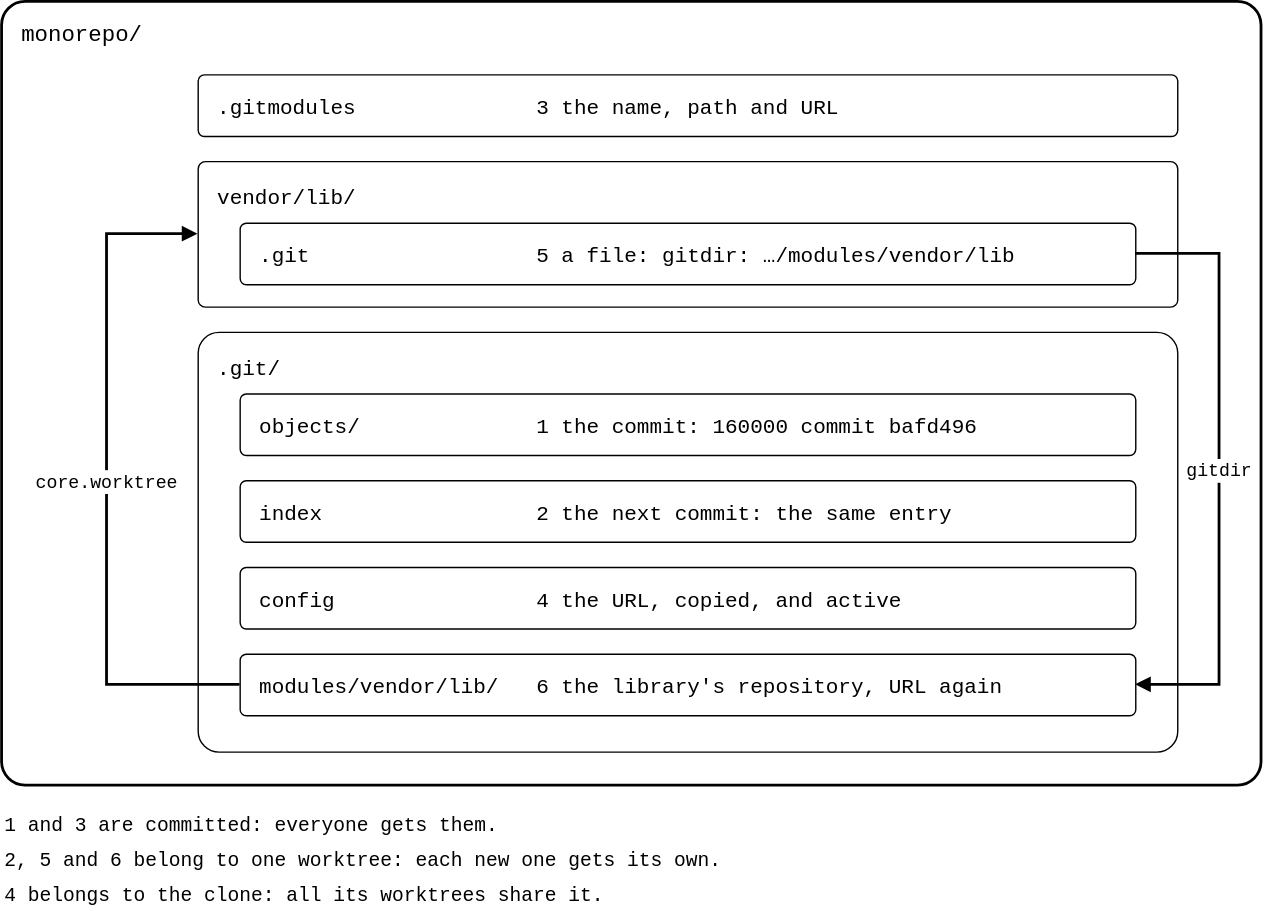
roschaefer/roschaefer.de keeps this draw.io diagram as static/blog/episodes/git-submodule-state.drawio.svg. Above is the earlier version. Source tidied: cells renumbered, new cells last; positions are measured from the earlier drawing's top-left corner, leaving out a move shared by most shapes.
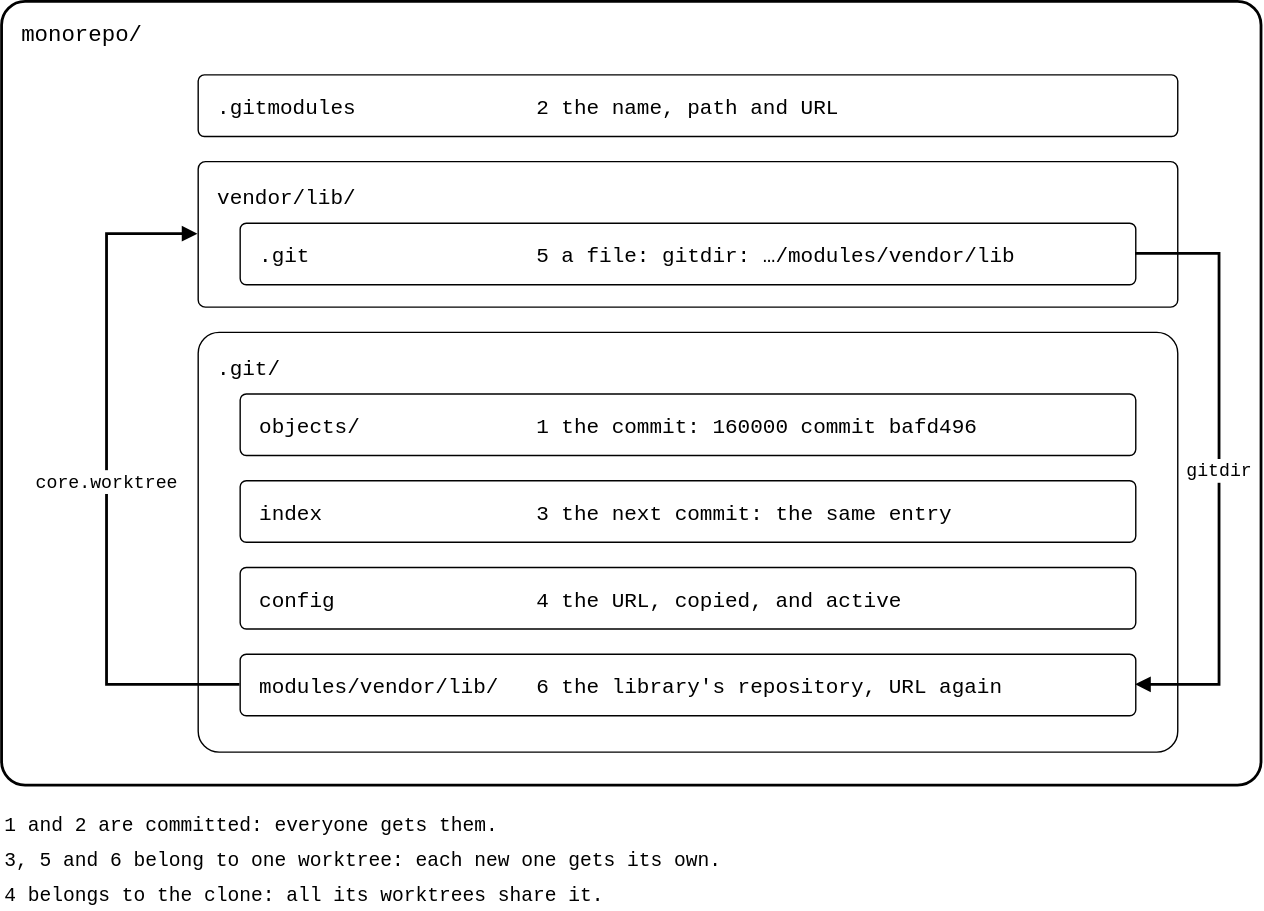
The same file after the commit.

What changed in the source:
```diff
@@ -8,7 +8,7 @@
     <mxCell id="3" value=".gitmodules" style="rounded=1;arcSize=10;fillColor=none;strokeWidth=1;fontSize=15;align=left;spacingLeft=12;fontFamily=Roboto Mono,monospace;" parent="1" vertex="1">
       <mxGeometry x="140" y="52" width="700" height="44" as="geometry" />
     </mxCell>
-    <mxCell id="4" value="3  the name, path and URL" style="text;fontSize=15;align=left;verticalAlign=middle;fillColor=none;strokeColor=none;fontFamily=Roboto Mono,monospace;" parent="1" vertex="1">
+    <mxCell id="4" value="2  the name, path and URL" style="text;fontSize=15;align=left;verticalAlign=middle;fillColor=none;strokeColor=none;fontFamily=Roboto Mono,monospace;" parent="1" vertex="1">
       <mxGeometry x="380" y="52" width="450" height="44" as="geometry" />
     </mxCell>
     <mxCell id="5" value="vendor/lib/" style="rounded=1;arcSize=5;fillColor=none;strokeWidth=1;fontSize=15;verticalAlign=top;align=left;spacingLeft=12;spacingTop=10;fontFamily=Roboto Mono,monospace;" parent="1" vertex="1">
@@ -32,7 +32,7 @@
     <mxCell id="11" value="index" style="rounded=1;arcSize=10;fillColor=none;strokeWidth=1;fontSize=15;align=left;spacingLeft=12;fontFamily=Roboto Mono,monospace;" parent="1" vertex="1">
       <mxGeometry x="170" y="342" width="640" height="44" as="geometry" />
     </mxCell>
-    <mxCell id="12" value="2  the next commit: the same entry" style="text;fontSize=15;align=left;verticalAlign=middle;fillColor=none;strokeColor=none;fontFamily=Roboto Mono,monospace;" parent="1" vertex="1">
+    <mxCell id="12" value="3  the next commit: the same entry" style="text;fontSize=15;align=left;verticalAlign=middle;fillColor=none;strokeColor=none;fontFamily=Roboto Mono,monospace;" parent="1" vertex="1">
       <mxGeometry x="380" y="342" width="420" height="44" as="geometry" />
     </mxCell>
     <mxCell id="13" value="config" style="rounded=1;arcSize=10;fillColor=none;strokeWidth=1;fontSize=15;align=left;spacingLeft=12;fontFamily=Roboto Mono,monospace;" parent="1" vertex="1">
@@ -63,10 +63,10 @@
         </Array>
       </mxGeometry>
     </mxCell>
-    <mxCell id="19" value="1 and 3 are committed: everyone gets them." style="text;fontSize=14;align=left;verticalAlign=middle;fillColor=none;strokeColor=none;fontFamily=Roboto Mono,monospace;" parent="1" vertex="1">
+    <mxCell id="19" value="1 and 2 are committed: everyone gets them." style="text;fontSize=14;align=left;verticalAlign=middle;fillColor=none;strokeColor=none;fontFamily=Roboto Mono,monospace;" parent="1" vertex="1">
       <mxGeometry y="575" width="900" height="24" as="geometry" />
     </mxCell>
-    <mxCell id="20" value="2, 5 and 6 belong to one worktree: each new one gets its own." style="text;fontSize=14;align=left;verticalAlign=middle;fillColor=none;strokeColor=none;fontFamily=Roboto Mono,monospace;" parent="1" vertex="1">
+    <mxCell id="20" value="3, 5 and 6 belong to one worktree: each new one gets its own." style="text;fontSize=14;align=left;verticalAlign=middle;fillColor=none;strokeColor=none;fontFamily=Roboto Mono,monospace;" parent="1" vertex="1">
       <mxGeometry y="600" width="900" height="24" as="geometry" />
     </mxCell>
     <mxCell id="21" value="4 belongs to the clone: all its worktrees share it." style="text;fontSize=14;align=left;verticalAlign=middle;fillColor=none;strokeColor=none;fontFamily=Roboto Mono,monospace;" parent="1" vertex="1">
```
